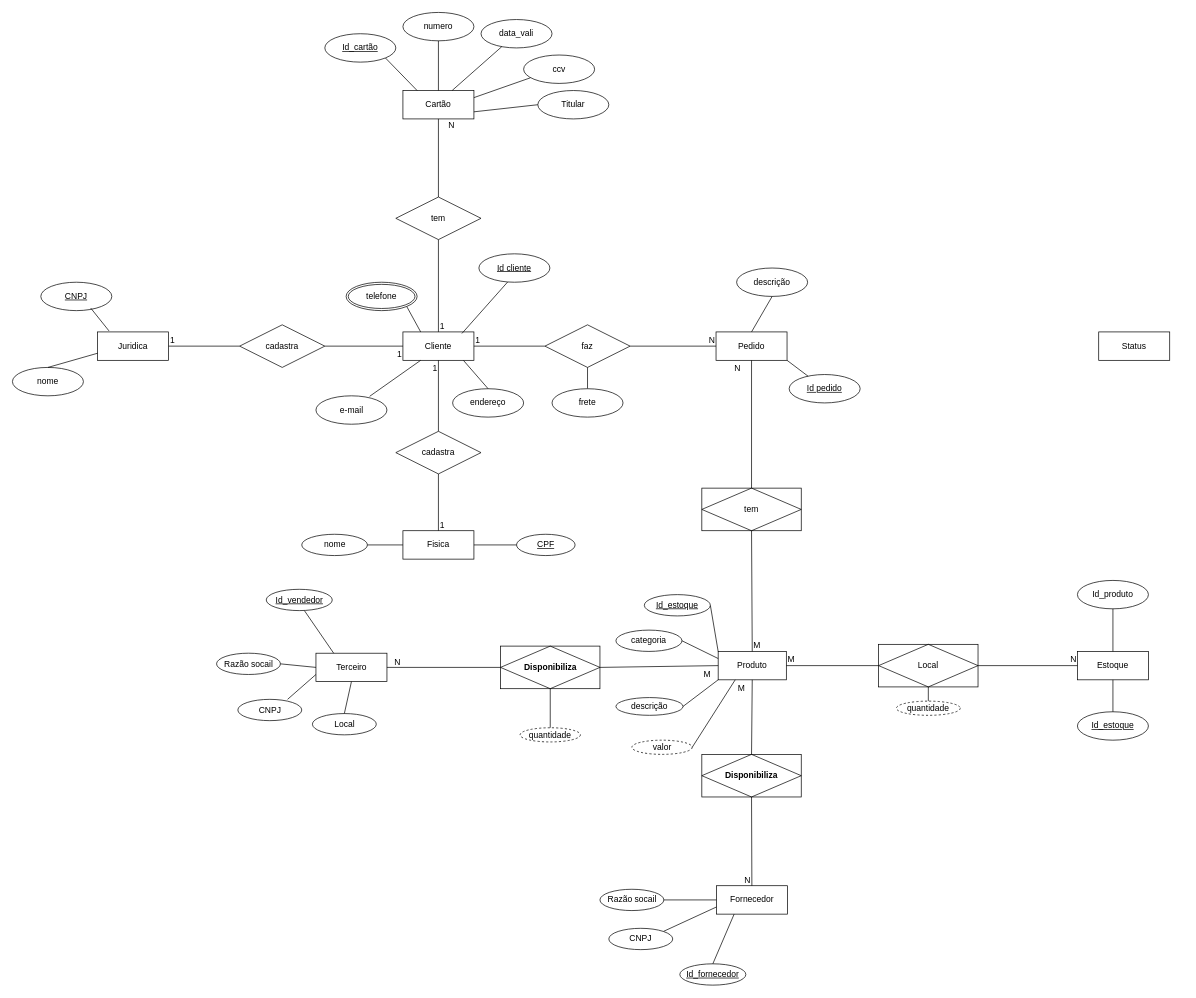
eijihayash/projeto_conceitual_banco_dados keeps this draw.io diagram as e-commerce.drawio. Above is the earlier version. Source tidied: cells renumbered, new cells numbered last; positions are measured from the earlier drawing's top-left corner, leaving out a move shared by most shapes. Both pictures are drawn from the tidied source at 71%, with x=0, y=0 at pixel (12, 12).
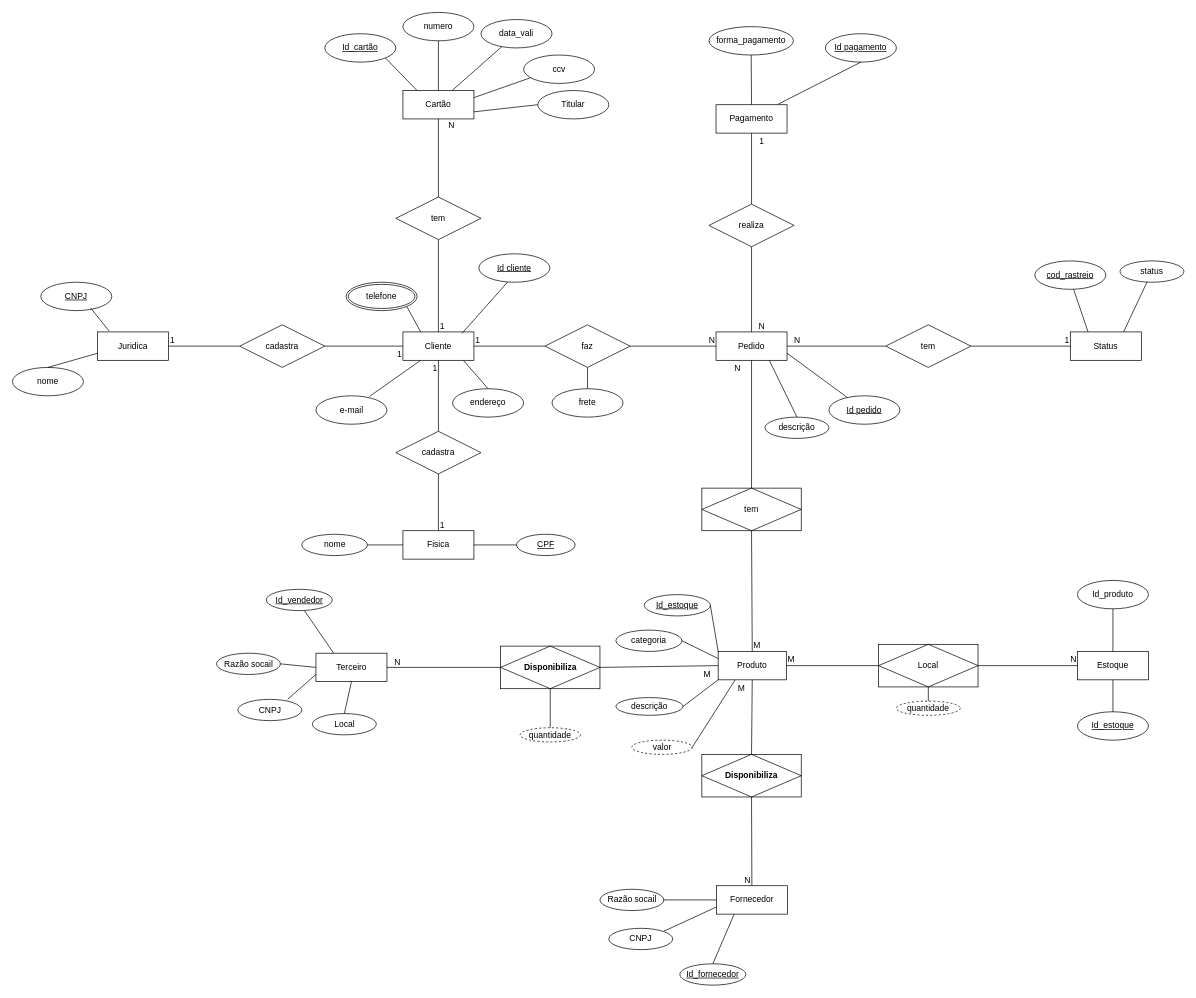
The same page after the edit.

The change refers to these unchanged cells:
```xml
<mxCell id="3" value="Pedido" style="whiteSpace=wrap;html=1;align=center;" parent="1" vertex="1">
  <mxGeometry x="991" y="450" width="100" height="40" as="geometry" />
</mxCell>
```

Diff of the diagram source:
```diff
@@
     <mxCell id="20" value="Id pedido" style="ellipse;whiteSpace=wrap;html=1;align=center;fontStyle=4;strokeColor=default;verticalAlign=middle;fontFamily=Helvetica;fontSize=12;fontColor=default;fillColor=default;" parent="1" vertex="1">
-      <mxGeometry x="1094" y="510" width="100" height="40" as="geometry" />
+      <mxGeometry x="1150" y="540" width="100" height="40" as="geometry" />
     </mxCell>
-    <mxCell id="21" style="endArrow=none;html=1;rounded=0;fontFamily=Helvetica;fontSize=12;fontColor=default;exitX=1;exitY=1;exitDx=0;exitDy=0;" parent="1" edge="1" source="3" target="20">
+    <mxCell id="21" style="endArrow=none;html=1;rounded=0;fontFamily=Helvetica;fontSize=12;fontColor=default;exitX=1;exitY=0.75;exitDx=0;exitDy=0;" parent="1" edge="1" source="3" target="20">
       <mxGeometry relative="1" as="geometry" />
     </mxCell>
     <mxCell id="22" value="descrição" style="ellipse;whiteSpace=wrap;html=1;align=center;strokeColor=default;verticalAlign=middle;fontFamily=Helvetica;fontSize=12;fontColor=default;fillColor=default;" parent="1" vertex="1">
-      <mxGeometry x="1020" y="360" width="100" height="40" as="geometry" />
+      <mxGeometry x="1060" y="570" width="90" height="30" as="geometry" />
     </mxCell>
-    <mxCell id="23" style="endArrow=none;html=1;rounded=0;fontFamily=Helvetica;fontSize=12;fontColor=default;entryX=0.5;entryY=1;entryDx=0;entryDy=0;exitX=0.5;exitY=0;exitDx=0;exitDy=0;" parent="1" edge="1" source="3" target="22">
+    <mxCell id="23" style="endArrow=none;html=1;rounded=0;fontFamily=Helvetica;fontSize=12;fontColor=default;entryX=0.5;entryY=0;entryDx=0;entryDy=0;exitX=0.75;exitY=1;exitDx=0;exitDy=0;" parent="1" edge="1" source="3" target="22">
       <mxGeometry relative="1" as="geometry" />
     </mxCell>
@@
     <mxCell id="113" value="Status" style="whiteSpace=wrap;html=1;align=center;" parent="1" vertex="1">
-      <mxGeometry x="1530" y="450" width="100" height="40" as="geometry" />
+      <mxGeometry x="1490" y="450" width="100" height="40" as="geometry" />
     </mxCell>
+    <mxCell id="114" value="tem" style="shape=rhombus;perimeter=rhombusPerimeter;whiteSpace=wrap;html=1;align=center;" parent="1" vertex="1">
+      <mxGeometry x="1230" y="440" width="120" height="60" as="geometry" />
+    </mxCell>
+    <mxCell id="115" style="endArrow=none;html=1;rounded=0;entryX=1;entryY=0.5;entryDx=0;entryDy=0;exitX=0;exitY=0.5;exitDx=0;exitDy=0;" parent="1" edge="1" source="114" target="3">
+      <mxGeometry relative="1" as="geometry" />
+    </mxCell>
+    <mxCell id="116" value="N" style="html=1;whiteSpace=wrap;align=right;verticalAlign=bottom;" parent="115" vertex="1">
+      <mxGeometry x="1" relative="1" as="geometry">
+        <mxPoint x="20" as="offset" />
+      </mxGeometry>
+    </mxCell>
+    <mxCell id="117" style="endArrow=none;html=1;rounded=0;entryX=0;entryY=0.5;entryDx=0;entryDy=0;exitX=1;exitY=0.5;exitDx=0;exitDy=0;" parent="1" edge="1" source="114" target="113">
+      <mxGeometry relative="1" as="geometry" />
+    </mxCell>
+    <mxCell id="118" value="1" style="html=1;whiteSpace=wrap;align=right;verticalAlign=bottom;" parent="117" vertex="1">
+      <mxGeometry x="1" relative="1" as="geometry" />
+    </mxCell>
+    <mxCell id="119" value="Pagamento" style="whiteSpace=wrap;html=1;align=center;" parent="1" vertex="1">
+      <mxGeometry x="991" y="130" width="100" height="40" as="geometry" />
+    </mxCell>
+    <mxCell id="120" value="realiza" style="shape=rhombus;perimeter=rhombusPerimeter;whiteSpace=wrap;html=1;align=center;" parent="1" vertex="1">
+      <mxGeometry x="981" y="270" width="120" height="60" as="geometry" />
+    </mxCell>
+    <mxCell id="121" style="endArrow=none;html=1;rounded=0;entryX=0.5;entryY=0;entryDx=0;entryDy=0;exitX=0.5;exitY=1;exitDx=0;exitDy=0;" parent="1" edge="1" source="120" target="3">
+      <mxGeometry relative="1" as="geometry" />
+    </mxCell>
+    <mxCell id="122" value="N" style="html=1;whiteSpace=wrap;align=right;verticalAlign=bottom;" parent="121" vertex="1">
+      <mxGeometry x="1" relative="1" as="geometry">
+        <mxPoint x="20" as="offset" />
+      </mxGeometry>
+    </mxCell>
+    <mxCell id="123" style="endArrow=none;html=1;rounded=0;entryX=0.5;entryY=1;entryDx=0;entryDy=0;exitX=0.5;exitY=0;exitDx=0;exitDy=0;" parent="1" edge="1" source="120" target="119">
+      <mxGeometry relative="1" as="geometry" />
+    </mxCell>
+    <mxCell id="124" value="1" style="html=1;whiteSpace=wrap;align=right;verticalAlign=bottom;" parent="123" vertex="1">
+      <mxGeometry x="1" relative="1" as="geometry">
+        <mxPoint x="19" y="20" as="offset" />
+      </mxGeometry>
+    </mxCell>
+    <mxCell id="125" value="cod_rastreio" style="ellipse;whiteSpace=wrap;html=1;align=center;fontStyle=4;strokeColor=default;verticalAlign=middle;fontFamily=Helvetica;fontSize=12;fontColor=default;fillColor=default;" parent="1" vertex="1">
+      <mxGeometry x="1440" y="350" width="100" height="40" as="geometry" />
+    </mxCell>
+    <mxCell id="126" style="endArrow=none;html=1;rounded=0;fontFamily=Helvetica;fontSize=12;fontColor=default;exitX=0.25;exitY=0;exitDx=0;exitDy=0;entryX=0.546;entryY=1;entryDx=0;entryDy=0;entryPerimeter=0;" parent="1" edge="1" source="113" target="125">
+      <mxGeometry relative="1" as="geometry" />
+    </mxCell>
+    <mxCell id="127" value="status" style="ellipse;whiteSpace=wrap;html=1;align=center;strokeColor=default;verticalAlign=middle;fontFamily=Helvetica;fontSize=12;fontColor=default;fillColor=default;" parent="1" vertex="1">
+      <mxGeometry x="1560" y="350" width="90" height="30" as="geometry" />
+    </mxCell>
+    <mxCell id="128" style="endArrow=none;html=1;rounded=0;fontFamily=Helvetica;fontSize=12;fontColor=default;exitX=0.75;exitY=0;exitDx=0;exitDy=0;entryX=0.425;entryY=0.975;entryDx=0;entryDy=0;entryPerimeter=0;" parent="1" edge="1" source="113" target="127">
+      <mxGeometry relative="1" as="geometry" />
+    </mxCell>
+    <mxCell id="129" value="forma_pagamento" style="ellipse;whiteSpace=wrap;html=1;align=center;strokeColor=default;verticalAlign=middle;fontFamily=Helvetica;fontSize=12;fontColor=default;fillColor=default;" parent="1" vertex="1">
+      <mxGeometry x="981" y="20" width="119" height="40" as="geometry" />
+    </mxCell>
+    <mxCell id="130" style="endArrow=none;html=1;rounded=0;entryX=0.5;entryY=0;entryDx=0;entryDy=0;exitX=0.5;exitY=1;exitDx=0;exitDy=0;" parent="1" edge="1" source="129" target="119">
+      <mxGeometry relative="1" as="geometry" />
+    </mxCell>
+    <mxCell id="131" value="Id pagamento" style="ellipse;whiteSpace=wrap;html=1;align=center;fontStyle=4;strokeColor=default;verticalAlign=middle;fontFamily=Helvetica;fontSize=12;fontColor=default;fillColor=default;" parent="1" vertex="1">
+      <mxGeometry x="1145" y="30" width="100" height="40" as="geometry" />
+    </mxCell>
+    <mxCell id="132" style="endArrow=none;html=1;rounded=0;entryX=0.872;entryY=-0.015;entryDx=0;entryDy=0;exitX=0.5;exitY=1;exitDx=0;exitDy=0;entryPerimeter=0;" parent="1" edge="1" source="131" target="119">
+      <mxGeometry relative="1" as="geometry" />
+    </mxCell>
```
